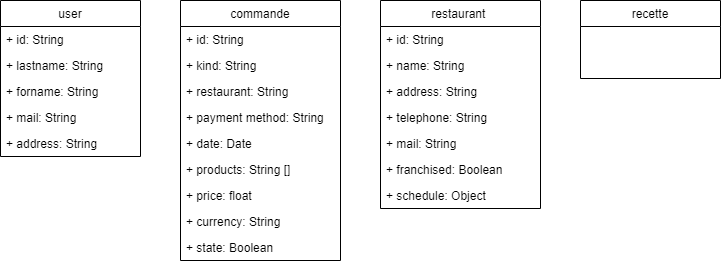
Earlier version of the draw.io export good_food_2.0/Database model/Untitled Diagram.drawio.png (obaconnais/good_food_2.0). Source tidied: cells renumbered, new cells last; positions are measured from the earlier drawing's top-left corner, leaving out a move shared by most shapes.
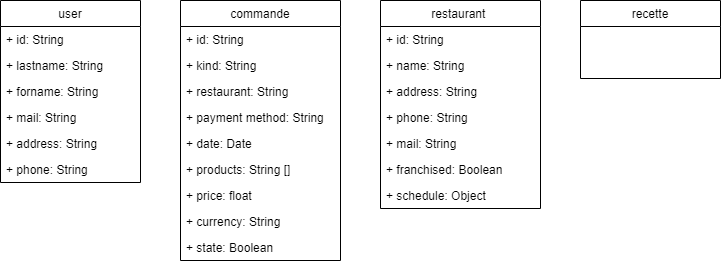
Later version of the same file.

Commit message:
Update: database model

Add user phone

The edit, as a diff of the source:
```diff
@@ -3,7 +3,7 @@
     <mxCell id="0" />
     <mxCell id="1" parent="0" />
     <mxCell id="2" value="user" style="swimlane;fontStyle=0;horizontal=1;startSize=26;fillColor=none;" parent="1" vertex="1">
-      <mxGeometry width="140" height="156" as="geometry" />
+      <mxGeometry width="140" height="182" as="geometry" />
     </mxCell>
     <mxCell id="3" value="+ id: String" style="text;strokeColor=none;fillColor=none;align=left;verticalAlign=top;spacingLeft=4;spacingRight=4;overflow=hidden;" parent="2" vertex="1">
       <mxGeometry y="26" width="140" height="26" as="geometry" />
@@ -17,8 +17,11 @@
     <mxCell id="6" value="+ mail: String" style="text;strokeColor=none;fillColor=none;align=left;verticalAlign=top;spacingLeft=4;spacingRight=4;overflow=hidden;" parent="2" vertex="1">
       <mxGeometry y="104" width="140" height="26" as="geometry" />
     </mxCell>
+    <mxCell id="27" value="+ address: String" style="text;strokeColor=none;fillColor=none;align=left;verticalAlign=top;spacingLeft=4;spacingRight=4;overflow=hidden;" parent="2" vertex="1">
+      <mxGeometry y="130" width="140" height="26" as="geometry" />
+    </mxCell>
-    <mxCell id="7" value="+ address: String" style="text;strokeColor=none;fillColor=none;align=left;verticalAlign=top;spacingLeft=4;spacingRight=4;overflow=hidden;" parent="2" vertex="1">
-      <mxGeometry y="130" width="140" height="26" as="geometry" />
+    <mxCell id="7" value="+ phone: String" style="text;strokeColor=none;fillColor=none;align=left;verticalAlign=top;spacingLeft=4;spacingRight=4;overflow=hidden;" parent="2" vertex="1">
+      <mxGeometry y="156" width="140" height="26" as="geometry" />
     </mxCell>
     <mxCell id="8" value="restaurant " style="swimlane;fontStyle=0;horizontal=1;startSize=26;fillColor=none;" parent="1" vertex="1">
       <mxGeometry x="380" width="160" height="208" as="geometry" />
@@ -32,7 +35,7 @@
     <mxCell id="11" value="+ address: String" style="text;strokeColor=none;fillColor=none;align=left;verticalAlign=top;spacingLeft=4;spacingRight=4;overflow=hidden;" parent="8" vertex="1">
       <mxGeometry y="78" width="160" height="26" as="geometry" />
     </mxCell>
-    <mxCell id="12" value="+ telephone: String" style="text;strokeColor=none;fillColor=none;align=left;verticalAlign=top;spacingLeft=4;spacingRight=4;overflow=hidden;" parent="8" vertex="1">
+    <mxCell id="12" value="+ phone: String" style="text;strokeColor=none;fillColor=none;align=left;verticalAlign=top;spacingLeft=4;spacingRight=4;overflow=hidden;" parent="8" vertex="1">
       <mxGeometry y="104" width="160" height="26" as="geometry" />
     </mxCell>
     <mxCell id="13" value="+ mail: String" style="text;strokeColor=none;fillColor=none;align=left;verticalAlign=top;spacingLeft=4;spacingRight=4;overflow=hidden;" parent="8" vertex="1">
```
